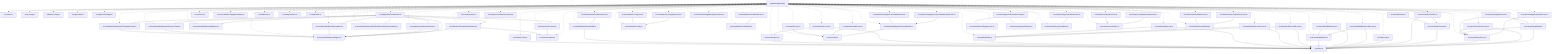
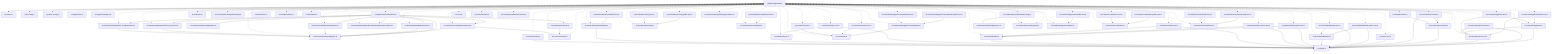
graph TD
  package__ankhorage_studio["@ankhorage/studio"]
  entrypoint_src_index_ts["src/index.ts"]
  package__ankhorage_studio --> entrypoint_src_index_ts
  module_knip_config_ts["knip.config.ts"]
  package__ankhorage_studio -.-> module_knip_config_ts
  module_paradox_config_ts["paradox.config.ts"]
  package__ankhorage_studio -.-> module_paradox_config_ts
  module_src_app_index_ts["src/app/index.ts"]
  package__ankhorage_studio -.-> module_src_app_index_ts
  module_src_app_StudioApp_tsx["src/app/StudioApp.tsx"]
  package__ankhorage_studio -.-> module_src_app_StudioApp_tsx
  module_src_app_StudioDashboard_tsx["src/app/StudioDashboard.tsx"]
  package__ankhorage_studio -.-> module_src_app_StudioDashboard_tsx
  module_src_app_StudioDashboard_tsx --> module_src_hooks_useProjects_ts
  module_src_app_StudioDashboard_tsx --> module_src_hooks_useTemplateSummaries_ts
  module_src_app_StudioDashboard_tsx --> module_src_modules_dashboard_platform_ts
  module_src_app_StudioDashboard_tsx --> module_src_modules_dashboard_search_ts
  module_src_app_StudioDashboard_tsx --> module_src_modules_dashboard_templates_ts
  module_src_app_StudioDashboard_tsx --> module_src_modules_dashboard_types_ts
  module_src_app_StudioDashboard_tsx --> module_src_modules_dashboard_ui_DashboardSectionHeader_tsx
  module_src_app_StudioDashboard_tsx --> module_src_modules_dashboard_ui_ProjectCard_tsx
  module_src_app_StudioDashboard_tsx --> module_src_modules_dashboard_ui_TemplateCard_tsx
  module_src_canvasDragModel_public_test_ts["src/canvasDragModel.public.test.ts"]
  package__ankhorage_studio -.-> module_src_canvasDragModel_public_test_ts
  module_src_canvasDragModel_public_test_ts --> module_src_canvasDragModel_ts
  module_src_canvasDragModel_public_test_ts --> module_src_canvasDropZones_ts
  module_src_canvasDragModel_test_ts["src/canvasDragModel.test.ts"]
  package__ankhorage_studio -.-> module_src_canvasDragModel_test_ts
  module_src_canvasDragModel_test_ts --> module_src_canvasDragModel_ts
  module_src_canvasDragModel_test_ts --> module_src_canvasDropZones_ts
  module_src_canvasDragModel_ts["src/canvasDragModel.ts"]
  package__ankhorage_studio -.-> module_src_canvasDragModel_ts
  module_src_canvasDragModel_ts --> module_src_canvasDropZones_ts
  module_src_canvasDragModel_ts --> module_src_index_ts
  module_src_canvasDropZones_test_ts["src/canvasDropZones.test.ts"]
  package__ankhorage_studio -.-> module_src_canvasDropZones_test_ts
  module_src_canvasDropZones_test_ts --> module_src_canvasDropZones_ts
  module_src_canvasDropZones_test_ts --> module_src_index_ts
  module_src_canvasDropZones_ts["src/canvasDropZones.ts"]
  package__ankhorage_studio -.-> module_src_canvasDropZones_ts
  module_src_canvasDropZones_ts --> module_src_index_ts
  module_src_cli_index_ts["src/cli/index.ts"]
  package__ankhorage_studio -.-> module_src_cli_index_ts
  module_src_core_constants_ts["src/core/constants.ts"]
  package__ankhorage_studio -.-> module_src_core_constants_ts
  module_src_core_StudioContext_ts["src/core/StudioContext.ts"]
  package__ankhorage_studio -.-> module_src_core_StudioContext_ts
  module_src_core_StudioContext_ts --> module_src_index_ts
  module_src_core_studioPackageBoundary_ts["src/core/studioPackageBoundary.ts"]
  package__ankhorage_studio -.-> module_src_core_studioPackageBoundary_ts
  module_src_core_StudioProvider_ts["src/core/StudioProvider.ts"]
  package__ankhorage_studio -.-> module_src_core_StudioProvider_ts
  module_src_core_StudioProvider_ts --> module_src_core_StudioContext_ts
  module_src_core_StudioProvider_ts --> module_src_index_ts
  module_src_dnd_index_ts["src/dnd/index.ts"]
  package__ankhorage_studio -.-> module_src_dnd_index_ts
  module_src_dnd_primitives_ts["src/dnd/primitives.ts"]
  package__ankhorage_studio -.-> module_src_dnd_primitives_ts
  module_src_dnd_state_ts["src/dnd/state.ts"]
  package__ankhorage_studio -.-> module_src_dnd_state_ts
  module_src_hooks_useProjects_ts["src/hooks/useProjects.ts"]
  package__ankhorage_studio -.-> module_src_hooks_useProjects_ts
  module_src_hooks_useProjects_ts --> module_src_core_constants_ts
  module_src_hooks_useTemplateSummaries_ts["src/hooks/useTemplateSummaries.ts"]
  package__ankhorage_studio -.-> module_src_hooks_useTemplateSummaries_ts
  module_src_hooks_useTemplateSummaries_ts --> module_src_core_constants_ts
  module_src_hooks_useTemplateSummaries_ts --> module_src_modules_dashboard_types_ts
  module_src_index_test_ts["src/index.test.ts"]
  package__ankhorage_studio -.-> module_src_index_test_ts
  module_src_index_test_ts --> module_src_index_ts
  module_src_index_ts["src/index.ts"]
  module_src_insertModalModel_public_test_ts["src/insertModalModel.public.test.ts"]
  package__ankhorage_studio -.-> module_src_insertModalModel_public_test_ts
  module_src_insertModalModel_public_test_ts --> module_src_index_ts
  module_src_insertModalModel_public_test_ts --> module_src_insertModalModel_ts
  module_src_insertModalModel_test_ts["src/insertModalModel.test.ts"]
  package__ankhorage_studio -.-> module_src_insertModalModel_test_ts
  module_src_insertModalModel_test_ts --> module_src_index_ts
  module_src_insertModalModel_test_ts --> module_src_insertModalModel_ts
  module_src_insertModalModel_ts["src/insertModalModel.ts"]
  package__ankhorage_studio -.-> module_src_insertModalModel_ts
  module_src_insertModalModel_ts --> module_src_index_ts
  module_src_localizationConfig_public_test_ts["src/localizationConfig.public.test.ts"]
  package__ankhorage_studio -.-> module_src_localizationConfig_public_test_ts
  module_src_localizationConfig_public_test_ts --> module_src_localizationConfig_ts
  module_src_localizationConfig_test_ts["src/localizationConfig.test.ts"]
  package__ankhorage_studio -.-> module_src_localizationConfig_test_ts
  module_src_localizationConfig_test_ts --> module_src_localizationConfig_ts
  module_src_localizationConfig_ts["src/localizationConfig.ts"]
  package__ankhorage_studio -.-> module_src_localizationConfig_ts
  module_src_localizationPanelModel_test_ts["src/localizationPanelModel.test.ts"]
  package__ankhorage_studio -.-> module_src_localizationPanelModel_test_ts
  module_src_localizationPanelModel_test_ts --> module_src_localizationPanelModel_ts
  module_src_localizationPanelModel_ts["src/localizationPanelModel.ts"]
  package__ankhorage_studio -.-> module_src_localizationPanelModel_ts
  module_src_manifestNavigatorPreviewModel_public_test_ts["src/manifestNavigatorPreviewModel.public.test.ts"]
  package__ankhorage_studio -.-> module_src_manifestNavigatorPreviewModel_public_test_ts
  module_src_manifestNavigatorPreviewModel_public_test_ts --> module_src_manifestNavigatorPreviewModel_ts
  module_src_manifestNavigatorPreviewModel_test_ts["src/manifestNavigatorPreviewModel.test.ts"]
  package__ankhorage_studio -.-> module_src_manifestNavigatorPreviewModel_test_ts
  module_src_manifestNavigatorPreviewModel_test_ts --> module_src_manifestNavigatorPreviewModel_ts
  module_src_manifestNavigatorPreviewModel_ts["src/manifestNavigatorPreviewModel.ts"]
  package__ankhorage_studio -.-> module_src_manifestNavigatorPreviewModel_ts
  module_src_manifestNavigatorPreviewModel_ts --> module_src_routeUtils_ts
  module_src_manifestState_public_test_ts["src/manifestState.public.test.ts"]
  package__ankhorage_studio -.-> module_src_manifestState_public_test_ts
  module_src_manifestState_public_test_ts --> module_src_index_ts
  module_src_manifestState_public_test_ts --> module_src_manifestState_ts
  module_src_manifestState_routes_test_ts["src/manifestState.routes.test.ts"]
  package__ankhorage_studio -.-> module_src_manifestState_routes_test_ts
  module_src_manifestState_routes_test_ts --> module_src_index_ts
  module_src_manifestState_routes_test_ts --> module_src_manifestState_ts
  module_src_manifestState_test_ts["src/manifestState.test.ts"]
  package__ankhorage_studio -.-> module_src_manifestState_test_ts
  module_src_manifestState_test_ts --> module_src_index_ts
  module_src_manifestState_test_ts --> module_src_manifestState_ts
  module_src_manifestState_ts["src/manifestState.ts"]
  package__ankhorage_studio -.-> module_src_manifestState_ts
  module_src_manifestState_ts --> module_src_index_ts
  module_src_manifestSync_test_ts["src/manifestSync.test.ts"]
  package__ankhorage_studio -.-> module_src_manifestSync_test_ts
  module_src_manifestSync_test_ts --> module_src_index_ts
  module_src_manifestSync_test_ts --> module_src_manifestSync_ts
  module_src_manifestSync_ts["src/manifestSync.ts"]
  package__ankhorage_studio -.-> module_src_manifestSync_ts
  module_src_manifestSync_ts --> module_src_index_ts
  module_src_modules_dashboard_platform_ts["src/modules/dashboard/platform.ts"]
  package__ankhorage_studio -.-> module_src_modules_dashboard_platform_ts
  module_src_modules_dashboard_search_ts["src/modules/dashboard/search.ts"]
  package__ankhorage_studio -.-> module_src_modules_dashboard_search_ts
  module_src_modules_dashboard_search_ts --> module_src_modules_dashboard_types_ts
  module_src_modules_dashboard_templates_ts["src/modules/dashboard/templates.ts"]
  package__ankhorage_studio -.-> module_src_modules_dashboard_templates_ts
  module_src_modules_dashboard_templates_ts --> module_src_modules_dashboard_types_ts
  module_src_modules_dashboard_types_ts["src/modules/dashboard/types.ts"]
  package__ankhorage_studio -.-> module_src_modules_dashboard_types_ts
  module_src_modules_dashboard_ui_DashboardSectionHeader_tsx["src/modules/dashboard/ui/DashboardSectionHeader.tsx"]
  package__ankhorage_studio -.-> module_src_modules_dashboard_ui_DashboardSectionHeader_tsx
  module_src_modules_dashboard_ui_ProjectCard_tsx["src/modules/dashboard/ui/ProjectCard.tsx"]
  package__ankhorage_studio -.-> module_src_modules_dashboard_ui_ProjectCard_tsx
  module_src_modules_dashboard_ui_ProjectCard_tsx --> module_src_modules_dashboard_types_ts
  module_src_modules_dashboard_ui_TemplateCard_tsx["src/modules/dashboard/ui/TemplateCard.tsx"]
  package__ankhorage_studio -.-> module_src_modules_dashboard_ui_TemplateCard_tsx
  module_src_modules_dashboard_ui_TemplateCard_tsx --> module_src_modules_dashboard_types_ts
+   module_src_root_ts["src/root.ts"]
+   package__ankhorage_studio -.-> module_src_root_ts
  module_src_routeUtils_public_test_ts["src/routeUtils.public.test.ts"]
  package__ankhorage_studio -.-> module_src_routeUtils_public_test_ts
  module_src_routeUtils_public_test_ts --> module_src_routeUtils_ts
  module_src_routeUtils_test_ts["src/routeUtils.test.ts"]
  package__ankhorage_studio -.-> module_src_routeUtils_test_ts
  module_src_routeUtils_test_ts --> module_src_routeUtils_ts
  module_src_routeUtils_ts["src/routeUtils.ts"]
  package__ankhorage_studio -.-> module_src_routeUtils_ts
  module_src_runtime_actionSuppression_ts["src/runtime/actionSuppression.ts"]
  package__ankhorage_studio -.-> module_src_runtime_actionSuppression_ts
  module_src_runtime_index_ts["src/runtime/index.ts"]
  package__ankhorage_studio -.-> module_src_runtime_index_ts
  module_src_runtime_localizationPreview_ts["src/runtime/localizationPreview.ts"]
  package__ankhorage_studio -.-> module_src_runtime_localizationPreview_ts
  module_src_runtime_previewRegistry_ts["src/runtime/previewRegistry.ts"]
  package__ankhorage_studio -.-> module_src_runtime_previewRegistry_ts
  module_src_runtime_previewRuntimeConfig_ts["src/runtime/previewRuntimeConfig.ts"]
  package__ankhorage_studio -.-> module_src_runtime_previewRuntimeConfig_ts
  module_src_runtime_previewRuntimeConfig_ts --> module_src_runtime_actionSuppression_ts
  module_src_runtime_previewRuntimeConfig_ts --> module_src_runtime_previewRegistry_ts
  module_src_runtimeDiagnosticsModel_test_ts["src/runtimeDiagnosticsModel.test.ts"]
  package__ankhorage_studio -.-> module_src_runtimeDiagnosticsModel_test_ts
  module_src_runtimeDiagnosticsModel_test_ts --> module_src_runtimeDiagnosticsModel_ts
  module_src_runtimeDiagnosticsModel_ts["src/runtimeDiagnosticsModel.ts"]
  package__ankhorage_studio -.-> module_src_runtimeDiagnosticsModel_ts
  module_src_runtimeLocalization_public_test_ts["src/runtimeLocalization.public.test.ts"]
  package__ankhorage_studio -.-> module_src_runtimeLocalization_public_test_ts
  module_src_runtimeLocalization_public_test_ts --> module_src_runtimeLocalization_ts
  module_src_runtimeLocalization_test_ts["src/runtimeLocalization.test.ts"]
  package__ankhorage_studio -.-> module_src_runtimeLocalization_test_ts
  module_src_runtimeLocalization_test_ts --> module_src_runtimeLocalization_ts
  module_src_runtimeLocalization_ts["src/runtimeLocalization.ts"]
  package__ankhorage_studio -.-> module_src_runtimeLocalization_ts
  module_src_studioAdminRouteModel_test_ts["src/studioAdminRouteModel.test.ts"]
  package__ankhorage_studio -.-> module_src_studioAdminRouteModel_test_ts
  module_src_studioAdminRouteModel_test_ts --> module_src_studioAdminRouteModel_ts
  module_src_studioAdminRouteModel_ts["src/studioAdminRouteModel.ts"]
  package__ankhorage_studio -.-> module_src_studioAdminRouteModel_ts
  module_src_studioAdminRouteModel_ts --> module_src_index_ts
  module_src_studioSelectionModel_knip_test_ts["src/studioSelectionModel.knip.test.ts"]
  package__ankhorage_studio -.-> module_src_studioSelectionModel_knip_test_ts
  module_src_studioSelectionModel_knip_test_ts --> module_src_studioSelectionModel_ts
  module_src_studioSelectionModel_test_ts["src/studioSelectionModel.test.ts"]
  package__ankhorage_studio -.-> module_src_studioSelectionModel_test_ts
  module_src_studioSelectionModel_test_ts --> module_src_studioSelectionModel_ts
  module_src_studioSelectionModel_ts["src/studioSelectionModel.ts"]
  package__ankhorage_studio -.-> module_src_studioSelectionModel_ts
  module_src_ui_AnkhStudio_ts["src/ui/AnkhStudio.ts"]
  package__ankhorage_studio -.-> module_src_ui_AnkhStudio_ts
  module_src_ui_AnkhStudio_ts --> module_src_core_StudioContext_ts
  module_src_ui_useStudioAppBarAugmentation_ts["src/ui/useStudioAppBarAugmentation.ts"]
  package__ankhorage_studio -.-> module_src_ui_useStudioAppBarAugmentation_ts
  module_src_utils_treeUtils_ts["src/utils/treeUtils.ts"]
  package__ankhorage_studio -.-> module_src_utils_treeUtils_ts
  module_src_utils_treeUtils_ts --> module_src_index_ts
